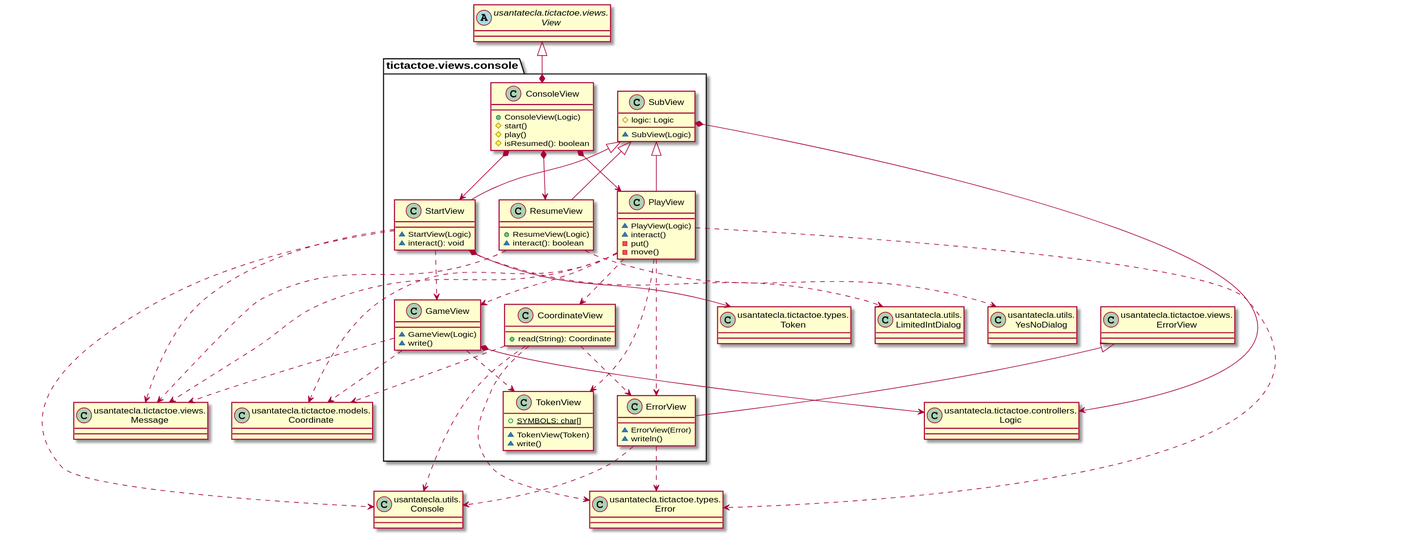
This is modelViewPresenter/presentationModel/withFacade/docs/diagrams/out/paquetes/paqueteTicTactoeViewsConsole.svg from Jolucaa/USantaTecla-project-ticTacToe, a PlantUML export, as it was before one commit.
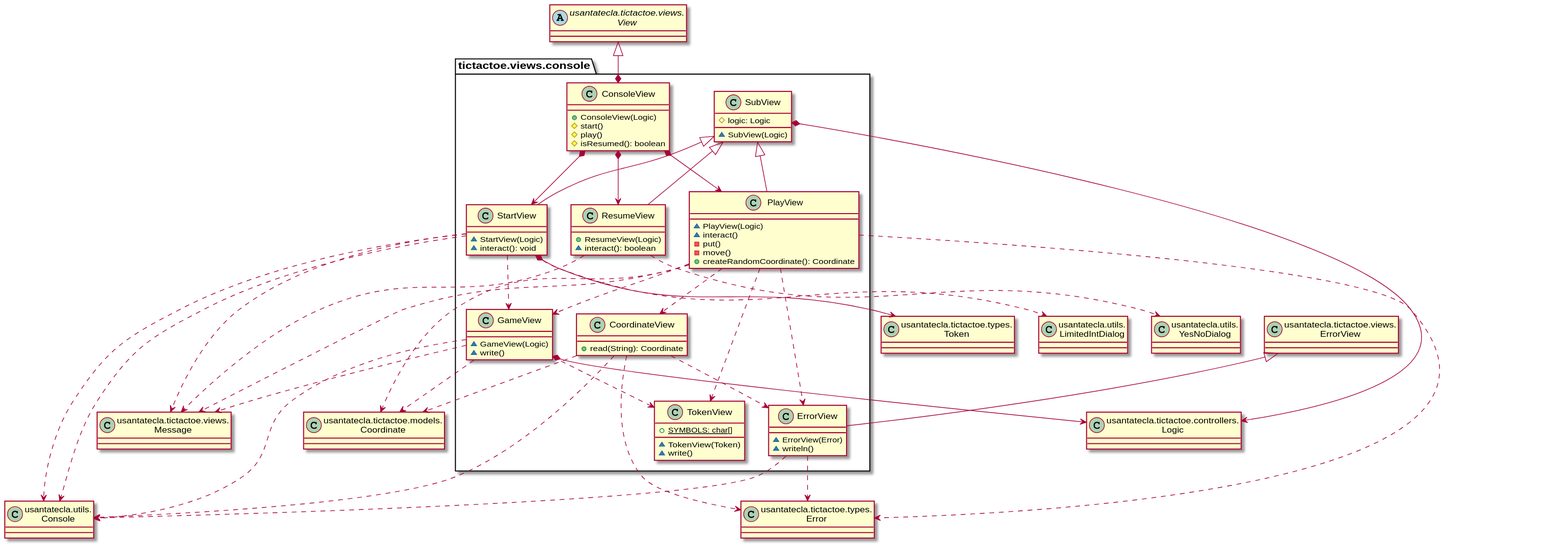
Later version of the same file.

The edit, as a diff of the source:
```diff
@@ -34,6 +34,7 @@
 tictactoe.views.console.StartView -up-|> tictactoe.views.console.SubView
 tictactoe.views.console.StartView .down.> tictactoe.views.console.GameView
 tictactoe.views.console.StartView .down.> Message
+tictactoe.views.console.StartView .down.> Console
 tictactoe.views.console.StartView .down.> LimitedIntDialog
 
 class tictactoe.views.console.PlayView {
@@ -41,6 +42,7 @@
   ~ interact()
   - put()
   - move()
+  + createRandomCoordinate(): Coordinate
 }
 tictactoe.views.console.PlayView -up-|> tictactoe.views.console.SubView
 tictactoe.views.console.PlayView .down.> tictactoe.views.console.GameView
@@ -83,6 +85,7 @@
 tictactoe.views.console.GameView .down.> tictactoe.views.console.TokenView
 tictactoe.views.console.GameView .down.> Coordinate
 tictactoe.views.console.GameView .down.> Message
+tictactoe.views.console.GameView .down.> Console
 
 class tictactoe.views.console.TokenView {
   + {static} SYMBOLS: char[]
```
